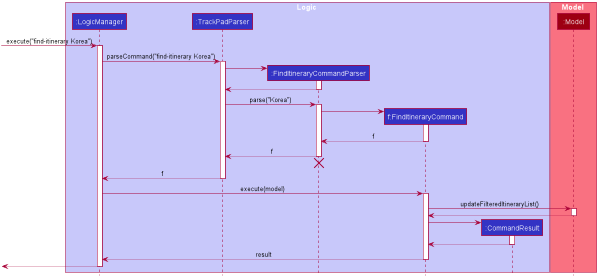
Earlier version of the PlantUML export docs/images/devguideimages/FindItinerarySequenceDiagram.png (yuxuanxc/tp). Source of this version:
```plantuml
@startuml








skinparam BackgroundColor #FFFFFFF

skinparam Shadowing false

skinparam Class {
    FontColor #FFFFFF
    BorderThickness 1
    BorderColor #FFFFFF
    StereotypeFontColor #FFFFFF
    FontName Arial
}

skinparam Actor {
    BorderColor #000000
    Color #000000
    FontName Arial
}

skinparam Sequence {
    MessageAlign center
    BoxFontSize 15
    BoxPadding 0
    BoxFontColor #FFFFFF
    FontName Arial
}

skinparam Participant {
    FontColor #FFFFFFF
    Padding 20
}

skinparam MinClassWidth 50
skinparam ParticipantPadding 10
skinparam Shadowing false
skinparam DefaultTextAlignment center
skinparam packageStyle Rectangle

hide footbox
hide members
hide circle

box Logic #C8C8FA
participant ":LogicManager" as LogicManager #3333C4
participant ":TrackPadParser" as TrackPadParser #3333C4
participant ":FindItineraryCommandParser" as FindItineraryCommandParser #3333C4
participant "f:FindItineraryCommand" as FindItineraryCommand #3333C4
participant ":CommandResult" as CommandResult #3333C4
end box

box Model #F97181
participant ":Model" as Model #9D0012
end box

[-> LogicManager : execute("find-itinerary Korea")
activate LogicManager

LogicManager -> TrackPadParser : parseCommand("find-itinerary Korea")
activate TrackPadParser

create FindItineraryCommandParser
TrackPadParser -> FindItineraryCommandParser
activate FindItineraryCommandParser

FindItineraryCommandParser --> TrackPadParser
deactivate FindItineraryCommandParser

TrackPadParser -> FindItineraryCommandParser : parse("Korea")
activate FindItineraryCommandParser

create FindItineraryCommand
FindItineraryCommandParser -> FindItineraryCommand
activate FindItineraryCommand

FindItineraryCommand --> FindItineraryCommandParser : f
deactivate FindItineraryCommand

FindItineraryCommandParser --> TrackPadParser : f
deactivate FindItineraryCommandParser
FindItineraryCommandParser -[hidden]-> TrackPadParser
destroy FindItineraryCommandParser

TrackPadParser --> LogicManager : f
deactivate TrackPadParser

LogicManager -> FindItineraryCommand : execute(model)
activate FindItineraryCommand

FindItineraryCommand -> Model : updateFilteredItineraryList()
activate Model

Model --> FindItineraryCommand
deactivate Model

create CommandResult
FindItineraryCommand -> CommandResult
activate CommandResult

CommandResult --> FindItineraryCommand
deactivate CommandResult

FindItineraryCommand --> LogicManager : result
deactivate FindItineraryCommand

[<--LogicManager
deactivate LogicManager
@enduml
```
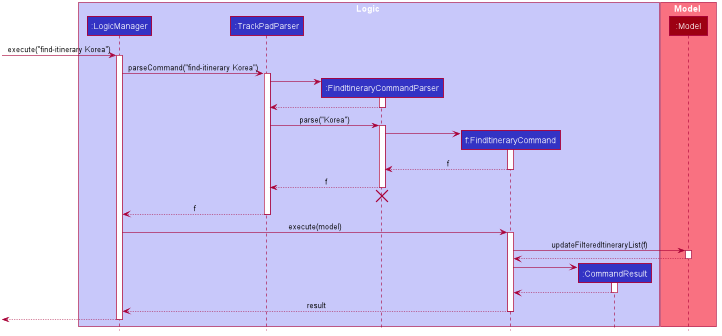
After the change.

What changed in the source:
```diff
@@ -94,7 +94,7 @@
 LogicManager -> FindItineraryCommand : execute(model)
 activate FindItineraryCommand
 
-FindItineraryCommand -> Model : updateFilteredItineraryList()
+FindItineraryCommand -> Model : updateFilteredItineraryList(f)
 activate Model
 
 Model --> FindItineraryCommand
```
